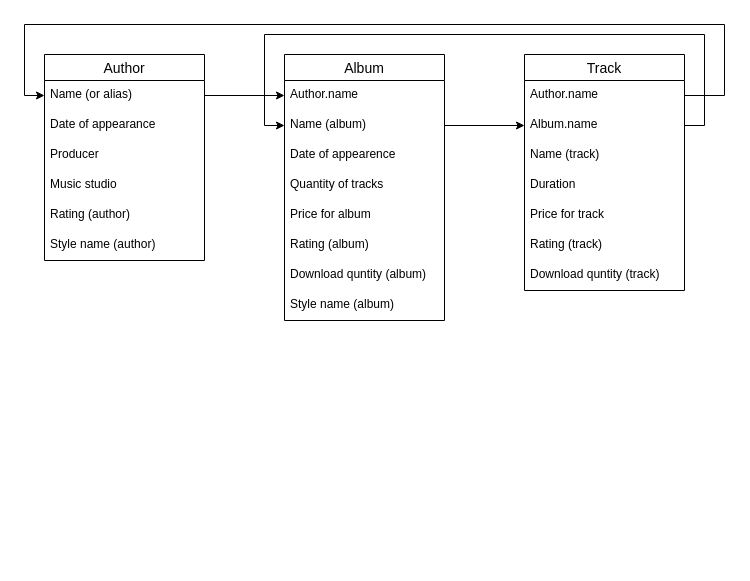
This is Untitled Diagram.drawio from Oleg-Stukalov/draw.io-schemes, a draw.io file, before an edit. Source tidied: cells renumbered, new cells numbered last; positions are measured from the earlier drawing's top-left corner, leaving out a move shared by most shapes. Both pictures are drawn from the tidied source at 100%, with x=0, y=0 at pixel (24, 24).
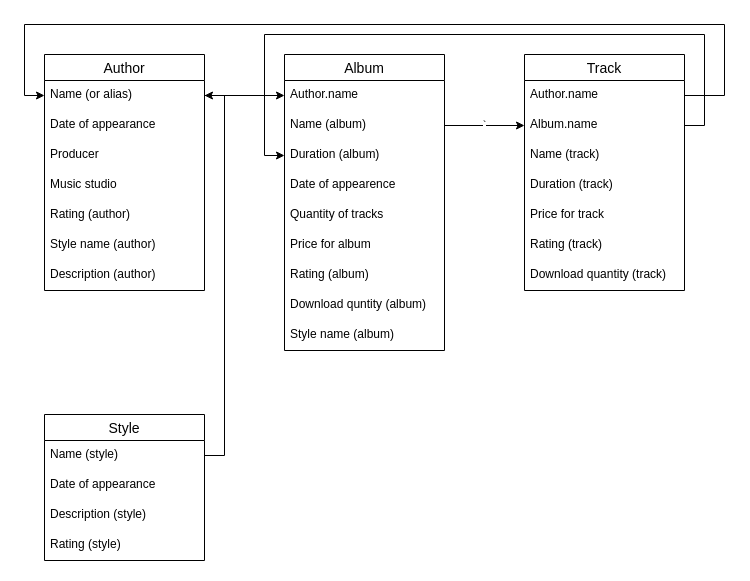
After the change.

The change refers to these unchanged cells:
```xml
<mxCell id="12" value="Name (or alias)" style="text;strokeColor=none;fillColor=none;spacingLeft=4;spacingRight=4;overflow=hidden;points=[[0,0.5],[1,0.5]];portConstraint=eastwest;fontSize=12;" parent="11" vertex="1">
  <mxGeometry y="26" width="160" height="30" as="geometry" />
</mxCell>
<mxCell id="18" value="Track" style="swimlane;fontStyle=0;horizontal=1;startSize=26;align=center;fontSize=14;" parent="1" vertex="1">
  <mxGeometry x="500" y="30" width="160" height="236" as="geometry" />
</mxCell>
<mxCell id="20" value="Album.name" style="text;strokeColor=none;fillColor=none;spacingLeft=4;spacingRight=4;overflow=hidden;points=[[0,0.5],[1,0.5]];portConstraint=eastwest;fontSize=12;" parent="18" vertex="1">
  <mxGeometry y="56" width="160" height="30" as="geometry" />
</mxCell>
```

The edit, as a diff of the source:
```diff
@@
     <mxCell id="2" value="Album" style="swimlane;fontStyle=0;horizontal=1;startSize=26;align=center;fontSize=14;" parent="1" vertex="1">
-      <mxGeometry x="260" y="30" width="160" height="266" as="geometry" />
+      <mxGeometry x="260" y="30" width="160" height="296" as="geometry" />
     </mxCell>
@@
+    <mxCell id="30" value="Name (album)" style="text;strokeColor=none;fillColor=none;spacingLeft=4;spacingRight=4;overflow=hidden;points=[[0,0.5],[1,0.5]];portConstraint=eastwest;fontSize=12;" parent="2" vertex="1">
+      <mxGeometry y="56" width="160" height="30" as="geometry" />
+    </mxCell>
-    <mxCell id="4" value="Name (album)" style="text;strokeColor=none;fillColor=none;spacingLeft=4;spacingRight=4;overflow=hidden;points=[[0,0.5],[1,0.5]];portConstraint=eastwest;fontSize=12;" parent="2" vertex="1">
-      <mxGeometry y="56" width="160" height="30" as="geometry" />
+    <mxCell id="4" value="Duration (album)" style="text;strokeColor=none;fillColor=none;spacingLeft=4;spacingRight=4;overflow=hidden;points=[[0,0.5],[1,0.5]];portConstraint=eastwest;fontSize=12;" parent="2" vertex="1">
+      <mxGeometry y="86" width="160" height="30" as="geometry" />
     </mxCell>
     <mxCell id="5" value="Date of appearence" style="text;strokeColor=none;fillColor=none;spacingLeft=4;spacingRight=4;overflow=hidden;fontSize=12;" parent="2" vertex="1">
-      <mxGeometry y="86" width="160" height="30" as="geometry" />
+      <mxGeometry y="116" width="160" height="30" as="geometry" />
     </mxCell>
     <mxCell id="6" value="Quantity of tracks" style="text;strokeColor=none;fillColor=none;spacingLeft=4;spacingRight=4;overflow=hidden;fontSize=12;" parent="2" vertex="1">
-      <mxGeometry y="116" width="160" height="30" as="geometry" />
+      <mxGeometry y="146" width="160" height="30" as="geometry" />
     </mxCell>
     <mxCell id="7" value="Price for album" style="text;strokeColor=none;fillColor=none;spacingLeft=4;spacingRight=4;overflow=hidden;fontSize=12;" parent="2" vertex="1">
-      <mxGeometry y="146" width="160" height="30" as="geometry" />
+      <mxGeometry y="176" width="160" height="30" as="geometry" />
     </mxCell>
     <mxCell id="8" value="Rating (album)" style="text;strokeColor=none;fillColor=none;spacingLeft=4;spacingRight=4;overflow=hidden;fontSize=12;" parent="2" vertex="1">
-      <mxGeometry y="176" width="160" height="30" as="geometry" />
+      <mxGeometry y="206" width="160" height="30" as="geometry" />
     </mxCell>
     <mxCell id="9" value="Download quntity (album)" style="text;strokeColor=none;fillColor=none;spacingLeft=4;spacingRight=4;overflow=hidden;fontSize=12;" parent="2" vertex="1">
-      <mxGeometry y="206" width="160" height="30" as="geometry" />
+      <mxGeometry y="236" width="160" height="30" as="geometry" />
     </mxCell>
     <mxCell id="10" value="Style name (album)" style="text;strokeColor=none;fillColor=none;spacingLeft=4;spacingRight=4;overflow=hidden;fontSize=12;" parent="2" vertex="1">
-      <mxGeometry y="236" width="160" height="30" as="geometry" />
+      <mxGeometry y="266" width="160" height="30" as="geometry" />
     </mxCell>
     <mxCell id="11" value="Author" style="swimlane;fontStyle=0;horizontal=1;startSize=26;align=center;fontSize=14;" parent="1" vertex="1">
-      <mxGeometry x="20" y="30" width="160" height="206" as="geometry" />
+      <mxGeometry x="20" y="30" width="160" height="236" as="geometry" />
     </mxCell>
@@
+    <mxCell id="31" value="Style name (author)" style="text;strokeColor=none;fillColor=none;spacingLeft=4;spacingRight=4;overflow=hidden;fontSize=12;" parent="11" vertex="1">
+      <mxGeometry y="176" width="160" height="30" as="geometry" />
+    </mxCell>
-    <mxCell id="17" value="Style name (author)" style="text;strokeColor=none;fillColor=none;spacingLeft=4;spacingRight=4;overflow=hidden;fontSize=12;" parent="11" vertex="1">
-      <mxGeometry y="176" width="160" height="30" as="geometry" />
+    <mxCell id="17" value="Description (author)" style="text;strokeColor=none;fillColor=none;spacingLeft=4;spacingRight=4;overflow=hidden;fontSize=12;" parent="11" vertex="1">
+      <mxGeometry y="206" width="160" height="30" as="geometry" />
     </mxCell>
@@
-    <mxCell id="22" value="Duration" style="text;strokeColor=none;fillColor=none;spacingLeft=4;spacingRight=4;overflow=hidden;fontSize=12;" parent="18" vertex="1">
+    <mxCell id="22" value="Duration (track)" style="text;strokeColor=none;fillColor=none;spacingLeft=4;spacingRight=4;overflow=hidden;fontSize=12;" parent="18" vertex="1">
       <mxGeometry y="116" width="160" height="30" as="geometry" />
     </mxCell>
@@
-    <mxCell id="25" value="Download quntity (track)" style="text;strokeColor=none;fillColor=none;spacingLeft=4;spacingRight=4;overflow=hidden;fontSize=12;" parent="18" vertex="1">
+    <mxCell id="25" value="Download quantity (track)" style="text;strokeColor=none;fillColor=none;spacingLeft=4;spacingRight=4;overflow=hidden;fontSize=12;" parent="18" vertex="1">
       <mxGeometry y="206" width="160" height="30" as="geometry" />
     </mxCell>
@@
-    <mxCell id="27" style="edgeStyle=orthogonalEdgeStyle;rounded=0;jettySize=auto;html=1;exitX=1;exitY=0.5;exitDx=0;exitDy=0;entryX=0;entryY=0.5;entryDx=0;entryDy=0;" parent="1" edge="1" source="4" target="20">
+    <mxCell id="27" value="`" style="edgeStyle=orthogonalEdgeStyle;rounded=0;jettySize=auto;html=1;exitX=1;exitY=0.5;exitDx=0;exitDy=0;entryX=0;entryY=0.5;entryDx=0;entryDy=0;" parent="1" edge="1" source="30" target="20">
       <mxGeometry relative="1" as="geometry" />
     </mxCell>
@@
     <mxCell id="29" style="edgeStyle=orthogonalEdgeStyle;rounded=0;jettySize=auto;html=1;exitX=1;exitY=0.5;exitDx=0;exitDy=0;entryX=0;entryY=0.5;entryDx=0;entryDy=0;" parent="1" edge="1" source="20" target="4">
       <mxGeometry relative="1" as="geometry">
         <Array as="points">
           <mxPoint x="680" y="101" />
           <mxPoint x="680" y="10" />
           <mxPoint x="240" y="10" />
-          <mxPoint x="240" y="101" />
+          <mxPoint x="240" y="131" />
         </Array>
       </mxGeometry>
     </mxCell>
+    <mxCell id="32" value="Style" style="swimlane;fontStyle=0;horizontal=1;startSize=26;align=center;fontSize=14;" parent="1" vertex="1">
+      <mxGeometry x="20" y="390" width="160" height="146" as="geometry" />
+    </mxCell>
+    <mxCell id="33" value="Name (style)" style="text;strokeColor=none;fillColor=none;spacingLeft=4;spacingRight=4;overflow=hidden;points=[[0,0.5],[1,0.5]];portConstraint=eastwest;fontSize=12;" parent="32" vertex="1">
+      <mxGeometry y="26" width="160" height="30" as="geometry" />
+    </mxCell>
+    <mxCell id="34" value="Date of appearance" style="text;strokeColor=none;fillColor=none;spacingLeft=4;spacingRight=4;overflow=hidden;fontSize=12;" parent="32" vertex="1">
+      <mxGeometry y="56" width="160" height="30" as="geometry" />
+    </mxCell>
+    <mxCell id="35" value="Description (style)" style="text;strokeColor=none;fillColor=none;spacingLeft=4;spacingRight=4;overflow=hidden;fontSize=12;" parent="32" vertex="1">
+      <mxGeometry y="86" width="160" height="30" as="geometry" />
+    </mxCell>
+    <mxCell id="36" value="Rating (style)" style="text;strokeColor=none;fillColor=none;spacingLeft=4;spacingRight=4;overflow=hidden;fontSize=12;" parent="32" vertex="1">
+      <mxGeometry y="116" width="160" height="30" as="geometry" />
+    </mxCell>
+    <mxCell id="37" style="edgeStyle=orthogonalEdgeStyle;rounded=0;jettySize=auto;html=1;exitX=1;exitY=0.5;exitDx=0;exitDy=0;" parent="1" edge="1" source="33" target="12">
+      <mxGeometry relative="1" as="geometry" />
+    </mxCell>
```
